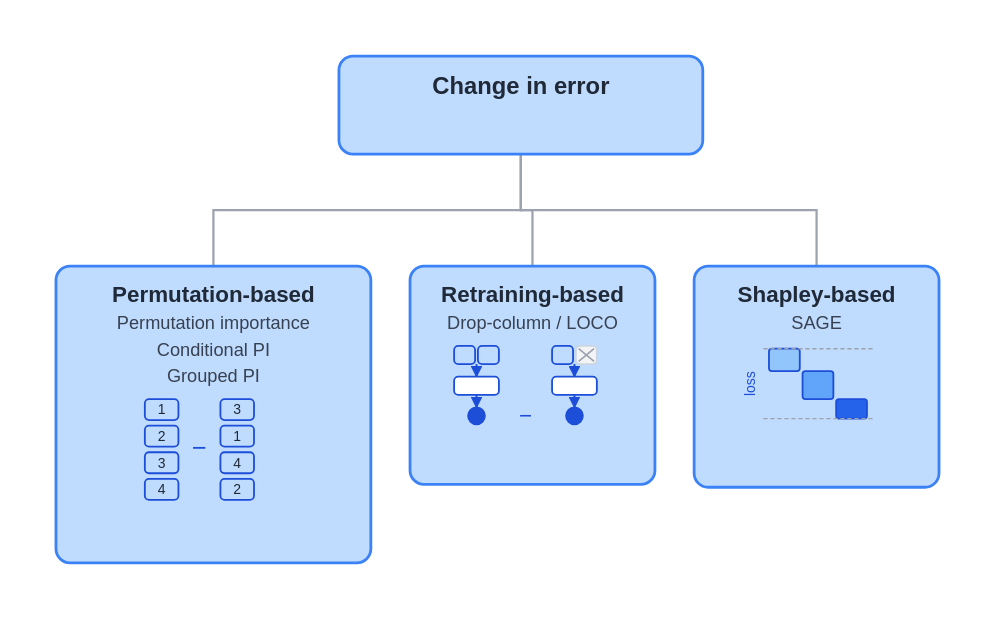
DMLF1/blog keeps this draw.io diagram as posts/explaining-black-box-predictions/diagrams/taxonomy_removal_error.drawio.svg. Above is the earlier version. Source tidied: cells renumbered, new cells last; positions are measured from the earlier drawing's top-left corner, leaving out a move shared by most shapes.
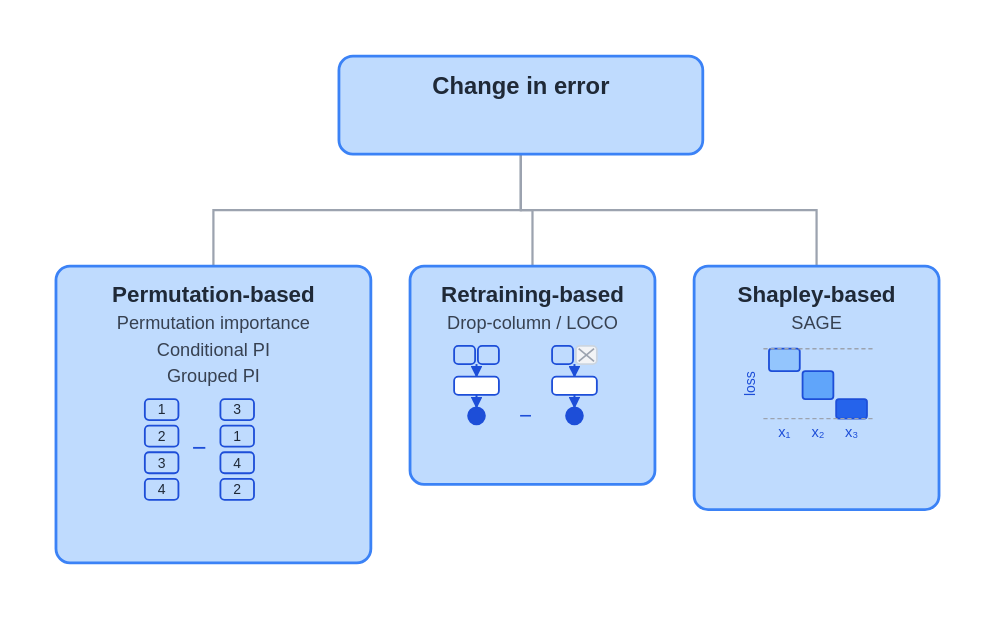
The same file after the commit.

Commit message:
Add x-axis feature labels (x1, x2, x3) to the SAGE waterfall icon

Each loss-reduction step now sits above its own feature label, so the
chart reads as a proper axis (feature on x, loss on y) instead of three
unlabeled colored blocks.

Change to the diagram source:
```diff
@@ -90,7 +90,7 @@
       <mxGeometry x="328" y="249" width="16" height="16" as="geometry" />
     </mxCell>
     <mxCell id="27" value="&lt;span style=&quot;font-size:16px;color:#1F2937;font-weight:bold;&quot;&gt;Shapley-based&lt;/span&gt;&lt;br&gt;&lt;span style=&quot;font-size:13px;color:#374151;&quot;&gt;SAGE&lt;/span&gt;" style="rounded=1;whiteSpace=wrap;html=1;fillColor=#BFDBFE;strokeColor=#3B82F6;strokeWidth=2;" parent="1" vertex="1">
-      <mxGeometry x="456" y="150" width="175" height="158" as="geometry" />
+      <mxGeometry x="456" y="150" width="175" height="174" as="geometry" />
     </mxCell>
     <mxCell id="28" value="loss" style="text;html=1;align=center;verticalAlign=middle;fontSize=10;fontColor=#1D4ED8;rotation=270;" parent="1" vertex="1">
       <mxGeometry x="488" y="225" width="18" height="18" as="geometry" />
@@ -116,6 +116,15 @@
         <mxPoint x="584" y="259" as="targetPoint" />
       </mxGeometry>
     </mxCell>
+    <mxCell id="37" value="x₁" style="text;html=1;align=center;verticalAlign=middle;fontSize=11;fontColor=#1D4ED8;" parent="1" vertex="1">
+      <mxGeometry x="510" y="261" width="22" height="16" as="geometry" />
+    </mxCell>
+    <mxCell id="38" value="x₂" style="text;html=1;align=center;verticalAlign=middle;fontSize=11;fontColor=#1D4ED8;" parent="1" vertex="1">
+      <mxGeometry x="534" y="261" width="22" height="16" as="geometry" />
+    </mxCell>
+    <mxCell id="39" value="x₃" style="text;html=1;align=center;verticalAlign=middle;fontSize=11;fontColor=#1D4ED8;" parent="1" vertex="1">
+      <mxGeometry x="558" y="261" width="22" height="16" as="geometry" />
+    </mxCell>
     <mxCell id="34" style="edgeStyle=orthogonalEdgeStyle;rounded=0;html=1;strokeColor=#9CA3AF;" parent="1" edge="1" source="2" target="3">
       <mxGeometry relative="1" as="geometry" />
     </mxCell>
```
